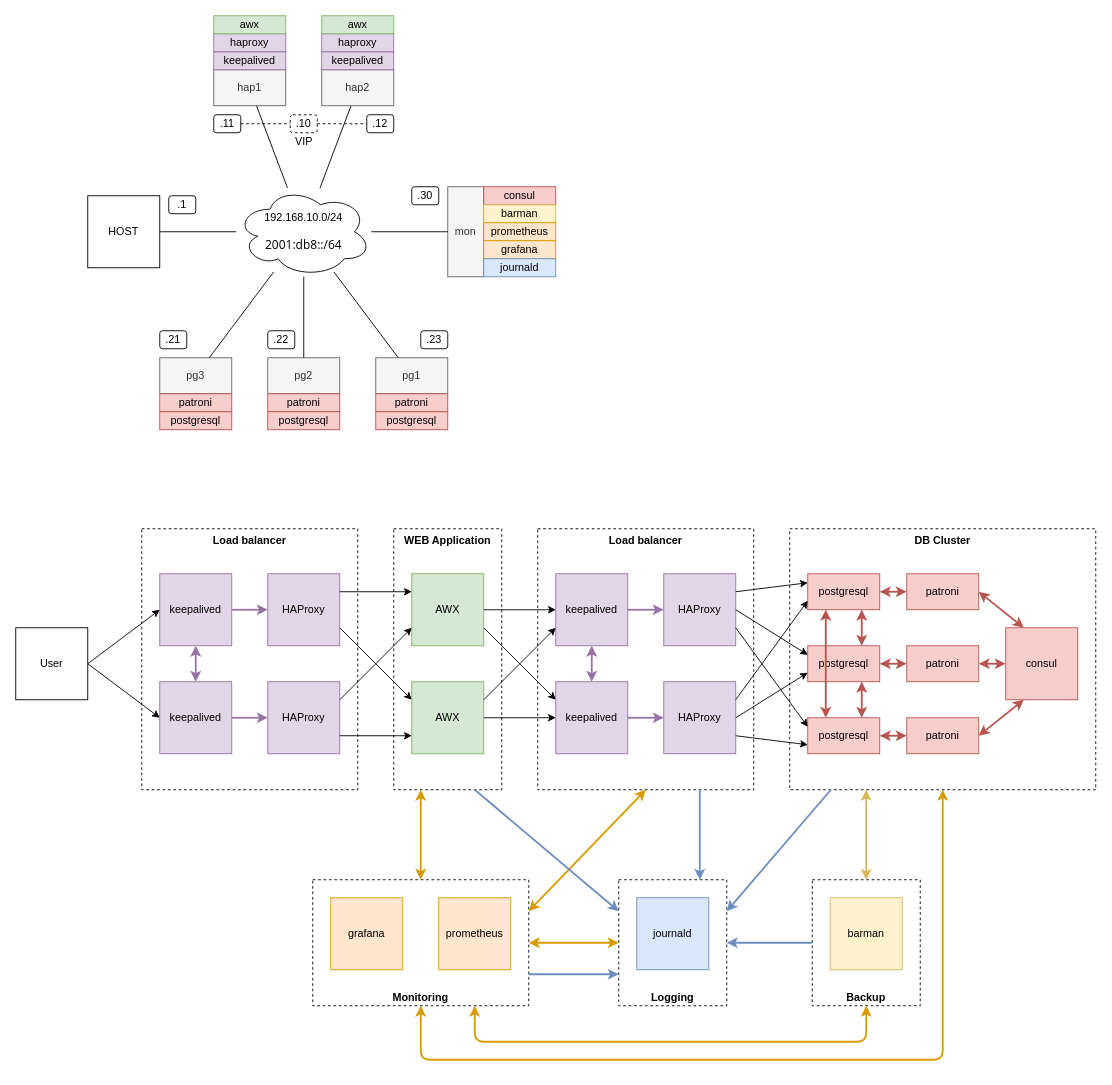
gs1571/otus-linux keeps this draw.io diagram as project/diagrams.drawio. Above is the earlier version. Source tidied: cells renumbered, new cells numbered last; positions are measured from the earlier drawing's top-left corner, leaving out a move shared by most shapes. Both pictures are drawn from the tidied source at 90%, with x=0, y=0 at pixel (15, 15).
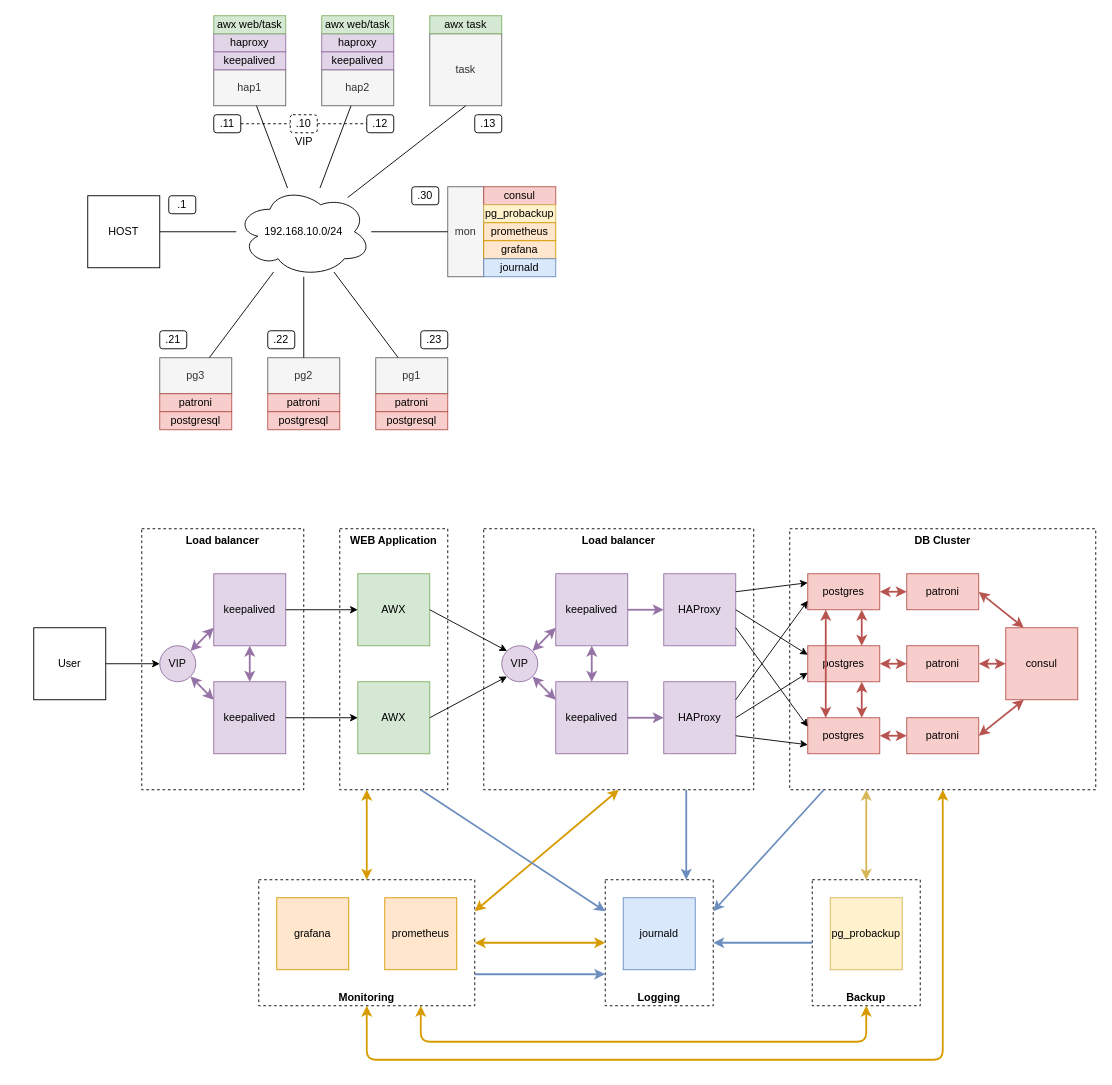
The same page after the edit.

The change refers to these unchanged cells:
```xml
<mxCell id="48" value="DB Cluster" style="rounded=0;whiteSpace=wrap;html=1;dashed=1;fillColor=none;verticalAlign=top;fontStyle=1;" parent="1" vertex="1">
  <mxGeometry x="860" y="570" width="340" height="290" as="geometry" />
</mxCell>
<mxCell id="51" value="Backup" style="rounded=0;whiteSpace=wrap;html=1;dashed=1;fillColor=none;verticalAlign=bottom;fontStyle=1;" parent="1" vertex="1">
  <mxGeometry x="885" y="960" width="120" height="140" as="geometry" />
</mxCell>
<mxCell id="68" value="keepalived" style="rounded=0;whiteSpace=wrap;html=1;fillColor=#e1d5e7;strokeColor=#9673a6;" parent="1" vertex="1">
  <mxGeometry x="600" y="740" width="80" height="80" as="geometry" />
</mxCell>
<mxCell id="69" value="keepalived" style="rounded=0;whiteSpace=wrap;html=1;fillColor=#e1d5e7;strokeColor=#9673a6;" parent="1" vertex="1">
  <mxGeometry x="600" y="620" width="80" height="80" as="geometry" />
</mxCell>
```

The edit, as a diff of the source:
```diff
@@
-    <mxCell id="3" value="192.168.10.0/24&lt;br&gt;&lt;br&gt;&lt;span style=&quot;font-family: &amp;#34;open sans&amp;#34; , &amp;#34;helvetica neue&amp;#34; , &amp;#34;helvetica&amp;#34; , sans-serif ; font-size: 13.3333px&quot;&gt;2001:db8::/64&lt;/span&gt;" style="ellipse;shape=cloud;whiteSpace=wrap;html=1;" parent="1" vertex="1">
+    <mxCell id="3" value="192.168.10.0/24" style="ellipse;shape=cloud;whiteSpace=wrap;html=1;" parent="1" vertex="1">
       <mxGeometry x="245" y="190" width="150" height="100" as="geometry" />
     </mxCell>
@@
-    <mxCell id="38" value="barman" style="rounded=0;whiteSpace=wrap;html=1;fillColor=#fff2cc;strokeColor=#d6b656;" parent="1" vertex="1">
+    <mxCell id="38" value="pg_probackup" style="rounded=0;whiteSpace=wrap;html=1;fillColor=#fff2cc;strokeColor=#d6b656;" parent="1" vertex="1">
       <mxGeometry x="520" y="210" width="80" height="20" as="geometry" />
     </mxCell>
@@
-    <mxCell id="42" value="awx" style="rounded=0;whiteSpace=wrap;html=1;fillColor=#d5e8d4;strokeColor=#82b366;" parent="1" vertex="1">
+    <mxCell id="42" value="awx web/task" style="rounded=0;whiteSpace=wrap;html=1;fillColor=#d5e8d4;strokeColor=#82b366;" parent="1" vertex="1">
       <mxGeometry x="220" width="80" height="20" as="geometry" />
     </mxCell>
-    <mxCell id="43" value="awx" style="rounded=0;whiteSpace=wrap;html=1;fillColor=#d5e8d4;strokeColor=#82b366;" parent="1" vertex="1">
+    <mxCell id="43" value="awx web/task" style="rounded=0;whiteSpace=wrap;html=1;fillColor=#d5e8d4;strokeColor=#82b366;" parent="1" vertex="1">
       <mxGeometry x="340" width="80" height="20" as="geometry" />
     </mxCell>
@@
     <mxCell id="45" value="Load balancer" style="rounded=0;whiteSpace=wrap;html=1;dashed=1;fillColor=none;verticalAlign=top;fontStyle=1;" parent="1" vertex="1">
-      <mxGeometry x="140" y="570" width="240" height="290" as="geometry" />
+      <mxGeometry x="140" y="570" width="180" height="290" as="geometry" />
     </mxCell>
     <mxCell id="46" value="WEB Application" style="rounded=0;whiteSpace=wrap;html=1;dashed=1;fillColor=none;verticalAlign=top;fontStyle=1;" parent="1" vertex="1">
-      <mxGeometry x="420" y="570" width="120" height="290" as="geometry" />
+      <mxGeometry x="360" y="570" width="120" height="290" as="geometry" />
     </mxCell>
     <mxCell id="47" value="Load balancer" style="rounded=0;whiteSpace=wrap;html=1;dashed=1;fillColor=none;verticalAlign=top;fontStyle=1;" parent="1" vertex="1">
-      <mxGeometry x="580" y="570" width="240" height="290" as="geometry" />
+      <mxGeometry x="520" y="570" width="300" height="290" as="geometry" />
     </mxCell>
@@
     <mxCell id="49" value="Monitoring" style="rounded=0;whiteSpace=wrap;html=1;dashed=1;fillColor=none;verticalAlign=bottom;fontStyle=1;" parent="1" vertex="1">
-      <mxGeometry x="330" y="960" width="240" height="140" as="geometry" />
+      <mxGeometry x="270" y="960" width="240" height="140" as="geometry" />
     </mxCell>
     <mxCell id="50" value="Logging" style="rounded=0;whiteSpace=wrap;html=1;dashed=1;fillColor=none;verticalAlign=bottom;fontStyle=1;" parent="1" vertex="1">
-      <mxGeometry x="670" y="960" width="120" height="140" as="geometry" />
+      <mxGeometry x="655" y="960" width="120" height="140" as="geometry" />
     </mxCell>
@@
     <mxCell id="52" value="User" style="rounded=0;whiteSpace=wrap;html=1;" parent="1" vertex="1">
-      <mxGeometry y="680" width="80" height="80" as="geometry" />
+      <mxGeometry x="20" y="680" width="80" height="80" as="geometry" />
     </mxCell>
     <mxCell id="53" value="keepalived" style="rounded=0;whiteSpace=wrap;html=1;fillColor=#e1d5e7;strokeColor=#9673a6;" parent="1" vertex="1">
-      <mxGeometry x="160" y="740" width="80" height="80" as="geometry" />
+      <mxGeometry x="220" y="740" width="80" height="80" as="geometry" />
     </mxCell>
     <mxCell id="54" value="keepalived" style="rounded=0;whiteSpace=wrap;html=1;fillColor=#e1d5e7;strokeColor=#9673a6;" parent="1" vertex="1">
-      <mxGeometry x="160" y="620" width="80" height="80" as="geometry" />
+      <mxGeometry x="220" y="620" width="80" height="80" as="geometry" />
     </mxCell>
@@
-    <mxCell id="56" style="endArrow=classic;html=1;exitX=1;exitY=0.5;exitDx=0;exitDy=0;entryX=0;entryY=0.5;entryDx=0;entryDy=0;" parent="1" edge="1" source="52" target="54">
+    <mxCell id="56" style="endArrow=classic;html=1;exitX=1;exitY=0.5;exitDx=0;exitDy=0;" parent="1" edge="1" source="52" target="120">
       <mxGeometry relative="1" as="geometry" />
     </mxCell>
-    <mxCell id="57" style="endArrow=classic;html=1;exitX=1;exitY=0.5;exitDx=0;exitDy=0;entryX=0;entryY=0.5;entryDx=0;entryDy=0;" parent="1" edge="1" source="52" target="53">
-      <mxGeometry relative="1" as="geometry" />
-    </mxCell>
-    <mxCell id="58" value="HAProxy" style="rounded=0;whiteSpace=wrap;html=1;fillColor=#e1d5e7;strokeColor=#9673a6;" parent="1" vertex="1">
-      <mxGeometry x="280" y="740" width="80" height="80" as="geometry" />
-    </mxCell>
-    <mxCell id="59" value="HAProxy" style="rounded=0;whiteSpace=wrap;html=1;fillColor=#e1d5e7;strokeColor=#9673a6;" parent="1" vertex="1">
-      <mxGeometry x="280" y="620" width="80" height="80" as="geometry" />
-    </mxCell>
-    <mxCell id="60" style="endArrow=classic;html=1;exitX=1;exitY=0.5;exitDx=0;exitDy=0;entryX=0;entryY=0.5;entryDx=0;entryDy=0;fillColor=#e1d5e7;strokeColor=#9673a6;strokeWidth=2;" parent="1" edge="1" source="54" target="59">
-      <mxGeometry relative="1" as="geometry" />
-    </mxCell>
-    <mxCell id="61" style="endArrow=classic;html=1;exitX=1;exitY=0.5;exitDx=0;exitDy=0;entryX=0;entryY=0.5;entryDx=0;entryDy=0;fillColor=#e1d5e7;strokeColor=#9673a6;strokeWidth=2;" parent="1" edge="1" source="53" target="58">
-      <mxGeometry relative="1" as="geometry" />
-    </mxCell>
     <mxCell id="62" value="AWX" style="rounded=0;whiteSpace=wrap;html=1;fillColor=#d5e8d4;strokeColor=#82b366;" parent="1" vertex="1">
-      <mxGeometry x="440" y="620" width="80" height="80" as="geometry" />
+      <mxGeometry x="380" y="620" width="80" height="80" as="geometry" />
     </mxCell>
     <mxCell id="63" value="AWX" style="rounded=0;whiteSpace=wrap;html=1;fillColor=#d5e8d4;strokeColor=#82b366;" parent="1" vertex="1">
-      <mxGeometry x="440" y="740" width="80" height="80" as="geometry" />
+      <mxGeometry x="380" y="740" width="80" height="80" as="geometry" />
     </mxCell>
-    <mxCell id="64" style="endArrow=classic;html=1;exitX=1;exitY=0.25;exitDx=0;exitDy=0;entryX=0;entryY=0.75;entryDx=0;entryDy=0;" parent="1" edge="1" source="58" target="62">
-      <mxGeometry relative="1" as="geometry" />
-    </mxCell>
-    <mxCell id="65" style="endArrow=classic;html=1;exitX=1;exitY=0.75;exitDx=0;exitDy=0;entryX=0;entryY=0.75;entryDx=0;entryDy=0;" parent="1" edge="1" source="58" target="63">
+    <mxCell id="65" style="endArrow=classic;html=1;exitX=1;exitY=0.5;exitDx=0;exitDy=0;entryX=0;entryY=0.5;entryDx=0;entryDy=0;" parent="1" edge="1" source="53" target="63">
       <mxGeometry relative="1" as="geometry" />
     </mxCell>
-    <mxCell id="66" style="endArrow=classic;html=1;exitX=1;exitY=0.75;exitDx=0;exitDy=0;entryX=0;entryY=0.25;entryDx=0;entryDy=0;" parent="1" edge="1" source="59" target="63">
-      <mxGeometry relative="1" as="geometry" />
-    </mxCell>
-    <mxCell id="67" style="endArrow=classic;html=1;exitX=1;exitY=0.25;exitDx=0;exitDy=0;entryX=0;entryY=0.25;entryDx=0;entryDy=0;" parent="1" edge="1" source="59" target="62">
+    <mxCell id="67" style="endArrow=classic;html=1;exitX=1;exitY=0.5;exitDx=0;exitDy=0;entryX=0;entryY=0.5;entryDx=0;entryDy=0;" parent="1" edge="1" source="54" target="62">
       <mxGeometry relative="1" as="geometry" />
     </mxCell>
@@
-    <mxCell id="75" style="endArrow=classic;html=1;entryX=0;entryY=0.5;entryDx=0;entryDy=0;" parent="1" edge="1" source="62" target="69">
-      <mxGeometry relative="1" as="geometry" />
-    </mxCell>
-    <mxCell id="76" style="endArrow=classic;html=1;entryX=0;entryY=0.5;entryDx=0;entryDy=0;exitX=1;exitY=0.5;exitDx=0;exitDy=0;" parent="1" edge="1" source="63" target="68">
-      <mxGeometry relative="1" as="geometry" />
-    </mxCell>
@@
-    <mxCell id="78" value="postgresql" style="rounded=0;whiteSpace=wrap;html=1;fillColor=#f8cecc;strokeColor=#b85450;" parent="1" vertex="1">
+    <mxCell id="78" value="postgres" style="rounded=0;whiteSpace=wrap;html=1;fillColor=#f8cecc;strokeColor=#b85450;" parent="1" vertex="1">
       <mxGeometry x="880" y="700" width="80" height="40" as="geometry" />
     </mxCell>
@@
-    <mxCell id="80" value="postgresql" style="rounded=0;whiteSpace=wrap;html=1;fillColor=#f8cecc;strokeColor=#b85450;" parent="1" vertex="1">
+    <mxCell id="80" value="postgres" style="rounded=0;whiteSpace=wrap;html=1;fillColor=#f8cecc;strokeColor=#b85450;" parent="1" vertex="1">
       <mxGeometry x="880" y="620" width="80" height="40" as="geometry" />
     </mxCell>
@@
-    <mxCell id="82" value="postgresql" style="rounded=0;whiteSpace=wrap;html=1;fillColor=#f8cecc;strokeColor=#b85450;" parent="1" vertex="1">
+    <mxCell id="82" value="postgres" style="rounded=0;whiteSpace=wrap;html=1;fillColor=#f8cecc;strokeColor=#b85450;" parent="1" vertex="1">
       <mxGeometry x="880" y="780" width="80" height="40" as="geometry" />
     </mxCell>
@@
-    <mxCell id="96" value="barman" style="rounded=0;whiteSpace=wrap;html=1;fillColor=#fff2cc;strokeColor=#d6b656;" parent="1" vertex="1">
+    <mxCell id="96" value="pg_probackup" style="rounded=0;whiteSpace=wrap;html=1;fillColor=#fff2cc;strokeColor=#d6b656;" parent="1" vertex="1">
       <mxGeometry x="905" y="980" width="80" height="80" as="geometry" />
     </mxCell>
@@
     <mxCell id="98" value="journald" style="rounded=0;whiteSpace=wrap;html=1;fillColor=#dae8fc;strokeColor=#6c8ebf;" parent="1" vertex="1">
-      <mxGeometry x="690" y="980" width="80" height="80" as="geometry" />
+      <mxGeometry x="675" y="980" width="80" height="80" as="geometry" />
     </mxCell>
     <mxCell id="99" value="prometheus" style="rounded=0;whiteSpace=wrap;html=1;fillColor=#ffe6cc;strokeColor=#d79b00;" parent="1" vertex="1">
-      <mxGeometry x="470" y="980" width="80" height="80" as="geometry" />
+      <mxGeometry x="410" y="980" width="80" height="80" as="geometry" />
     </mxCell>
     <mxCell id="100" value="grafana" style="rounded=0;whiteSpace=wrap;html=1;fillColor=#ffe6cc;strokeColor=#d79b00;" parent="1" vertex="1">
-      <mxGeometry x="350" y="980" width="80" height="80" as="geometry" />
+      <mxGeometry x="290" y="980" width="80" height="80" as="geometry" />
     </mxCell>
@@
     <mxCell id="104" style="endArrow=classic;html=1;exitX=0.75;exitY=1;exitDx=0;exitDy=0;entryX=0.5;entryY=1;entryDx=0;entryDy=0;edgeStyle=orthogonalEdgeStyle;fillColor=#ffe6cc;strokeColor=#d79b00;strokeWidth=2;startArrow=classic;startFill=1;" parent="1" edge="1" source="49" target="51">
       <mxGeometry relative="1" as="geometry">
         <Array as="points">
-          <mxPoint x="510" y="1140" />
+          <mxPoint x="450" y="1140" />
           <mxPoint x="945" y="1140" />
         </Array>
       </mxGeometry>
     </mxCell>
@@
-    <mxCell id="113" style="endArrow=classic;html=1;entryX=0;entryY=0.75;entryDx=0;entryDy=0;exitX=1;exitY=0.25;exitDx=0;exitDy=0;" parent="1" edge="1" source="63" target="69">
-      <mxGeometry relative="1" as="geometry" />
-    </mxCell>
-    <mxCell id="114" style="endArrow=classic;html=1;entryX=0;entryY=0.25;entryDx=0;entryDy=0;exitX=1;exitY=0.75;exitDx=0;exitDy=0;" parent="1" edge="1" source="62" target="68">
-      <mxGeometry relative="1" as="geometry" />
-    </mxCell>
     <mxCell id="115" style="endArrow=classic;html=1;exitX=0.5;exitY=1;exitDx=0;exitDy=0;entryX=0.5;entryY=1;entryDx=0;entryDy=0;edgeStyle=orthogonalEdgeStyle;fillColor=#ffe6cc;strokeColor=#d79b00;strokeWidth=2;startArrow=classic;startFill=1;" parent="1" edge="1" source="49" target="48">
       <mxGeometry relative="1" as="geometry">
         <Array as="points">
-          <mxPoint x="450" y="1160" />
+          <mxPoint x="390" y="1160" />
           <mxPoint x="1030" y="1160" />
         </Array>
       </mxGeometry>
     </mxCell>
+    <mxCell id="116" value="task" style="rounded=0;whiteSpace=wrap;html=1;fillColor=#f5f5f5;strokeColor=#666666;fontColor=#333333;" parent="1" vertex="1">
+      <mxGeometry x="460" y="20" width="80" height="80" as="geometry" />
+    </mxCell>
+    <mxCell id="117" value="awx task" style="rounded=0;whiteSpace=wrap;html=1;fillColor=#d5e8d4;strokeColor=#82b366;" parent="1" vertex="1">
+      <mxGeometry x="460" width="80" height="20" as="geometry" />
+    </mxCell>
+    <mxCell id="118" style="endArrow=none;html=1;entryX=0.5;entryY=1;entryDx=0;entryDy=0;" parent="1" edge="1" source="3" target="116">
+      <mxGeometry relative="1" as="geometry" />
+    </mxCell>
+    <mxCell id="119" value=".13" style="rounded=1;whiteSpace=wrap;html=1;" parent="1" vertex="1">
+      <mxGeometry x="510" y="110" width="30" height="20" as="geometry" />
+    </mxCell>
+    <mxCell id="120" value="VIP" style="ellipse;whiteSpace=wrap;html=1;fillColor=#e1d5e7;strokeColor=#9673a6;" parent="1" vertex="1">
+      <mxGeometry x="160" y="700" width="40" height="40" as="geometry" />
+    </mxCell>
+    <mxCell id="121" style="endArrow=classic;startArrow=classic;html=1;entryX=1;entryY=0;entryDx=0;entryDy=0;exitX=0;exitY=0.75;exitDx=0;exitDy=0;fillColor=#e1d5e7;strokeColor=#9673a6;strokeWidth=2;" parent="1" edge="1" source="54" target="120">
+      <mxGeometry relative="1" as="geometry" />
+    </mxCell>
+    <mxCell id="122" style="endArrow=classic;startArrow=classic;html=1;entryX=1;entryY=1;entryDx=0;entryDy=0;exitX=0;exitY=0.25;exitDx=0;exitDy=0;fillColor=#e1d5e7;strokeColor=#9673a6;strokeWidth=2;" parent="1" edge="1" source="53" target="120">
+      <mxGeometry relative="1" as="geometry" />
+    </mxCell>
+    <mxCell id="123" value="VIP" style="ellipse;whiteSpace=wrap;html=1;fillColor=#e1d5e7;strokeColor=#9673a6;" parent="1" vertex="1">
+      <mxGeometry x="540" y="700" width="40" height="40" as="geometry" />
+    </mxCell>
+    <mxCell id="124" style="endArrow=classic;startArrow=classic;html=1;entryX=1;entryY=0;entryDx=0;entryDy=0;exitX=0;exitY=0.75;exitDx=0;exitDy=0;fillColor=#e1d5e7;strokeColor=#9673a6;strokeWidth=2;" parent="1" edge="1" source="69" target="123">
+      <mxGeometry relative="1" as="geometry" />
+    </mxCell>
+    <mxCell id="125" style="endArrow=classic;startArrow=classic;html=1;entryX=1;entryY=1;entryDx=0;entryDy=0;exitX=0;exitY=0.25;exitDx=0;exitDy=0;fillColor=#e1d5e7;strokeColor=#9673a6;strokeWidth=2;" parent="1" edge="1" source="68" target="123">
+      <mxGeometry relative="1" as="geometry" />
+    </mxCell>
+    <mxCell id="126" style="endArrow=classic;html=1;exitX=1;exitY=0.5;exitDx=0;exitDy=0;entryX=0;entryY=0;entryDx=0;entryDy=0;" parent="1" edge="1" source="62" target="123">
+      <mxGeometry relative="1" as="geometry" />
+    </mxCell>
+    <mxCell id="127" style="endArrow=classic;html=1;exitX=1;exitY=0.5;exitDx=0;exitDy=0;entryX=0;entryY=1;entryDx=0;entryDy=0;" parent="1" edge="1" source="63" target="123">
+      <mxGeometry relative="1" as="geometry" />
+    </mxCell>
```
